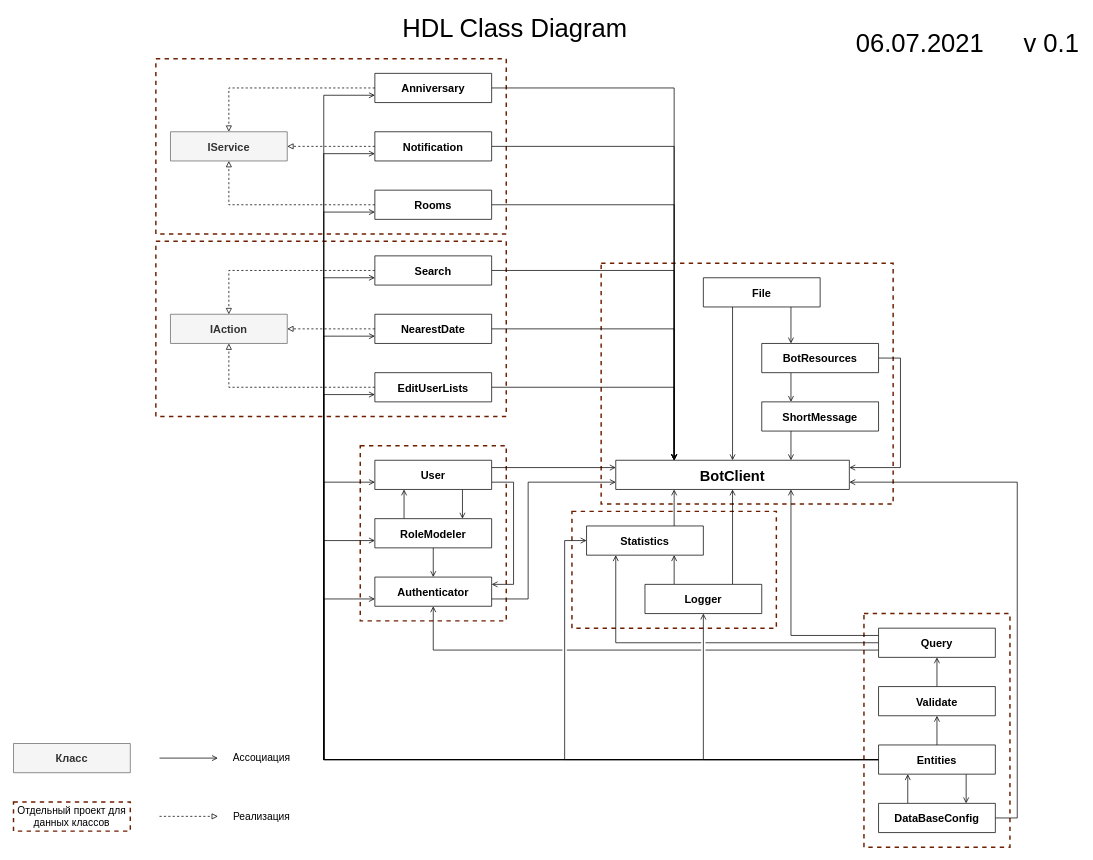
This is page "5. HDL Class Diagram (12.06.2022) v0.5" (6 of 7) of Проектирование/HBBot.drawio from EngSillyname/emsn_HBbot, a draw.io file, before an edit. Source tidied: cells renumbered, new cells numbered last; positions are measured from the earlier drawing's top-left corner, leaving out a move shared by most shapes. Both pictures are drawn from the tidied source at 73%, with x=0, y=0 at pixel (-29, 13).
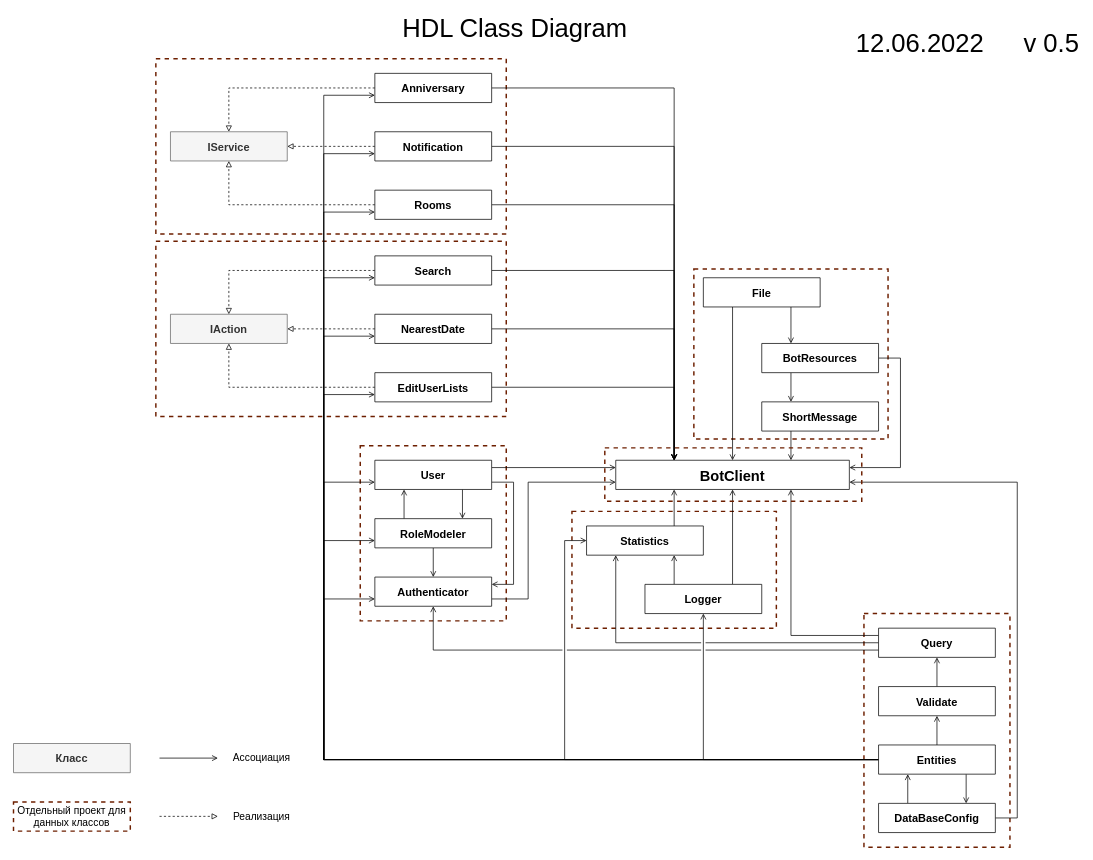
After the change.

Diff of the diagram source:
```diff
@@
     <mxCell id="5" style="rounded=0;whiteSpace=wrap;html=1;fontSize=20;strokeWidth=2;strokeColor=#6D1F00;fontColor=#ffffff;fillColor=none;dashed=1;" parent="1" vertex="1">
-      <mxGeometry x="863" y="342" width="400" height="330" as="geometry" />
+      <mxGeometry x="990" y="350" width="266" height="233" as="geometry" />
     </mxCell>
@@
-    <mxCell id="82" value="v 0.1" style="text;html=1;strokeColor=none;fillColor=none;align=center;verticalAlign=middle;whiteSpace=wrap;rounded=0;fontFamily=XO Thames;fontSize=35;" parent="1" vertex="1">
+    <mxCell id="82" value="v 0.5" style="text;html=1;strokeColor=none;fillColor=none;align=center;verticalAlign=middle;whiteSpace=wrap;rounded=0;fontFamily=XO Thames;fontSize=35;" parent="1" vertex="1">
       <mxGeometry x="1440" width="80" height="80" as="geometry" />
     </mxCell>
-    <mxCell id="83" value="06.07.2021" style="text;html=1;strokeColor=none;fillColor=none;align=center;verticalAlign=middle;whiteSpace=wrap;rounded=0;fontFamily=XO Thames;fontSize=35;" parent="1" vertex="1">
+    <mxCell id="83" value="12.06.2022" style="text;html=1;strokeColor=none;fillColor=none;align=center;verticalAlign=middle;whiteSpace=wrap;rounded=0;fontFamily=XO Thames;fontSize=35;" parent="1" vertex="1">
       <mxGeometry x="1200" width="200" height="80" as="geometry" />
     </mxCell>
+    <mxCell id="84" style="rounded=0;whiteSpace=wrap;html=1;fontSize=20;strokeWidth=2;strokeColor=#6D1F00;fontColor=#ffffff;fillColor=none;dashed=1;" parent="1" vertex="1">
+      <mxGeometry x="868" y="595" width="352" height="73" as="geometry" />
+    </mxCell>
```
